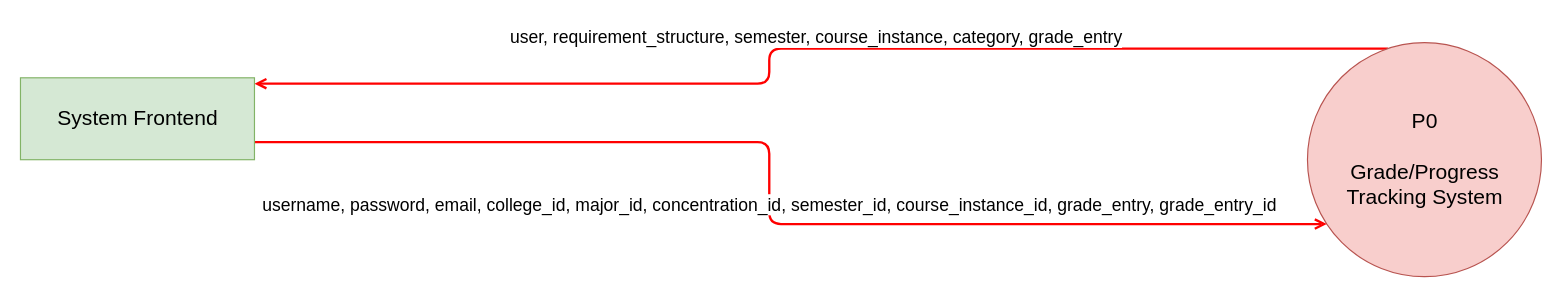
Earlier version of the draw.io diagram docs/level_0_dfd/level_0_dfd.drawio (KYDronePilot/CSC-440-Team-Project). Source tidied: cells renumbered, new cells numbered last; positions are measured from the earlier drawing's top-left corner, leaving out a move shared by most shapes. Both pictures are drawn from the tidied source at 117%, with x=0, y=0 at pixel (20, 42).
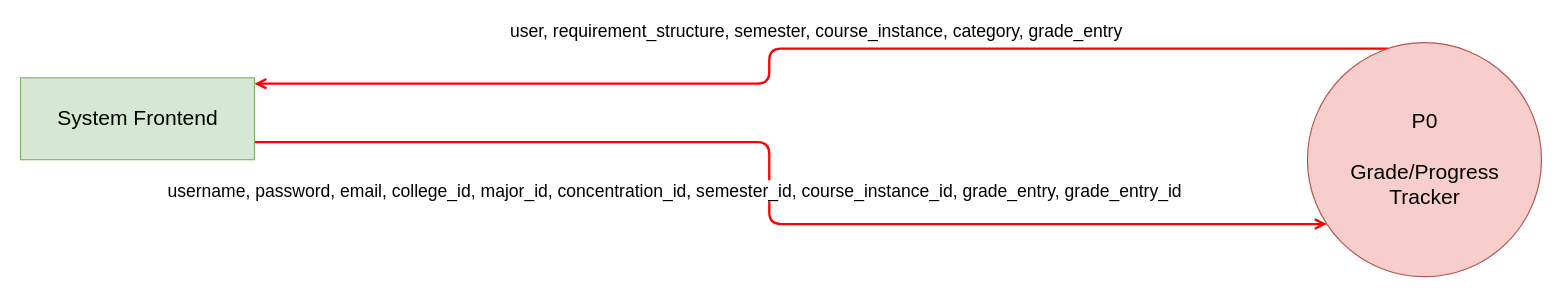
Above is the later version.

Diff of the diagram source:
```diff
@@
 <mxGraphModel>
   <root>
     <mxCell id="0" />
     <mxCell id="1" parent="0" />
     <mxCell id="2" value="&lt;font style=&quot;font-size: 15px&quot;&gt;user, requirement_structure, semester, course_instance, category, grade_entry&lt;/font&gt;" style="edgeStyle=orthogonalEdgeStyle;rounded=1;jettySize=auto;html=1;endArrow=open;endFill=0;strokeColor=#FF0000;strokeWidth=2;" parent="1" edge="1" source="3" target="5">
-      <mxGeometry x="-0.02" y="-10" relative="1" as="geometry">
+      <mxGeometry x="-0.02" y="-15" relative="1" as="geometry">
         <Array as="points">
           <mxPoint x="640" y="5" />
           <mxPoint x="640" y="35" />
         </Array>
       </mxGeometry>
     </mxCell>
-    <mxCell id="3" value="P0&lt;br&gt;&lt;br&gt;Grade/Progress&lt;br&gt;Tracking System" style="shape=ellipse;html=1;dashed=0;whitespace=wrap;perimeter=ellipsePerimeter;fillColor=#f8cecc;strokeColor=#b85450;fontSize=18;" parent="1" vertex="1">
+    <mxCell id="3" value="P0&lt;br&gt;&lt;br&gt;Grade/Progress&lt;br&gt;Tracker" style="shape=ellipse;html=1;dashed=0;whitespace=wrap;perimeter=ellipsePerimeter;fillColor=#f8cecc;strokeColor=#b85450;fontSize=18;" parent="1" vertex="1">
       <mxGeometry x="1100" width="200" height="200" as="geometry" />
     </mxCell>
     <mxCell id="4" value="&lt;font style=&quot;font-size: 15px&quot;&gt;username, password, email, college_id, major_id, concentration_id, semester_id, course_instance_id, grade_entry, grade_entry_id&lt;/font&gt;" style="edgeStyle=orthogonalEdgeStyle;rounded=1;jettySize=auto;html=1;strokeColor=#FF0000;endArrow=open;endFill=0;strokeWidth=2;" parent="1" edge="1" source="5" target="3">
-      <mxGeometry relative="1" as="geometry">
+      <mxGeometry x="0.03" y="-42" relative="1" as="geometry">
         <Array as="points">
           <mxPoint x="640" y="85" />
           <mxPoint x="640" y="155" />
         </Array>
+        <mxPoint x="-39" y="-27" as="offset" />
       </mxGeometry>
     </mxCell>
     <mxCell id="5" value="System Frontend" style="html=1;dashed=0;whitespace=wrap;fillColor=#d5e8d4;strokeColor=#82b366;fontSize=18;" parent="1" vertex="1">
       <mxGeometry y="30" width="200" height="70" as="geometry" />
     </mxCell>
   </root>
 </mxGraphModel>
```
